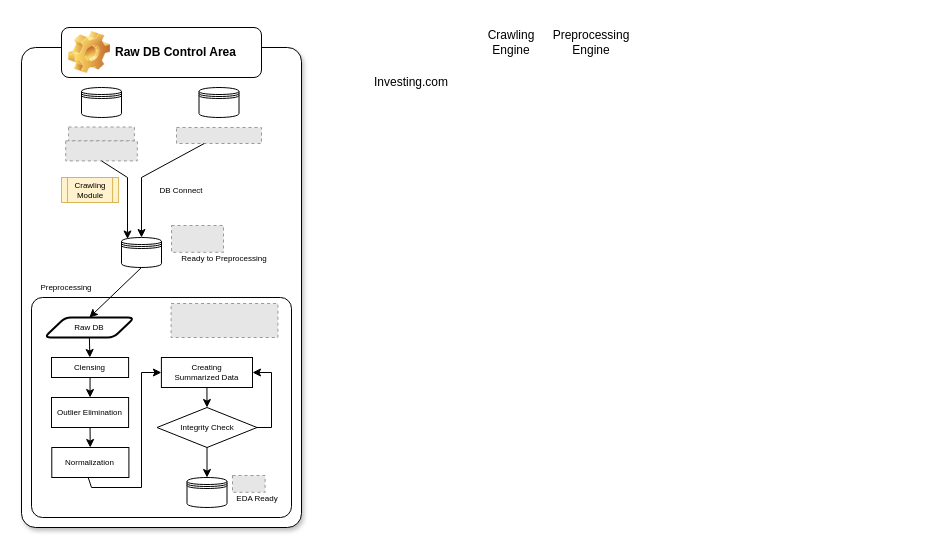
This is 제목 없는 다이어그램.drawio from goldpu/idea_sktech, a draw.io file, before an edit. Source tidied: cells renumbered, new cells numbered last; positions are measured from the earlier drawing's top-left corner, leaving out a move shared by most shapes. Both pictures are drawn from the tidied source at 100%, with x=0, y=0 at pixel (21, 27). Pictures stored in the file or linked from it are replaced by grey dashed boxes.
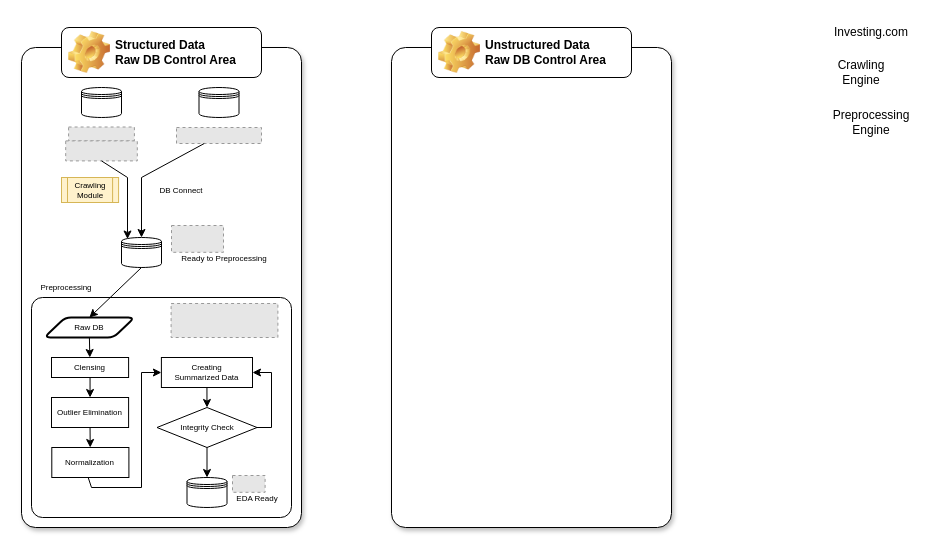
After the change.

Commit message:
정형데이터와 비정형데이터 구분

The edit, as a diff of the source:
```diff
@@
     <mxCell id="3" value="Investing.com" style="text;html=1;strokeColor=none;fillColor=none;align=center;verticalAlign=middle;whiteSpace=wrap;rounded=0;" parent="1" vertex="1">
-      <mxGeometry x="360" y="40" width="60" height="30" as="geometry" />
+      <mxGeometry x="820" y="-10" width="60" height="30" as="geometry" />
     </mxCell>
     <mxCell id="4" value="Crawling&lt;br&gt;Engine" style="text;html=1;strokeColor=none;fillColor=none;align=center;verticalAlign=middle;whiteSpace=wrap;rounded=0;" parent="1" vertex="1">
-      <mxGeometry x="460" width="60" height="30" as="geometry" />
+      <mxGeometry x="810" y="30" width="60" height="30" as="geometry" />
     </mxCell>
     <mxCell id="5" value="Preprocessing&lt;br&gt;Engine" style="text;html=1;strokeColor=none;fillColor=none;align=center;verticalAlign=middle;whiteSpace=wrap;rounded=0;" parent="1" vertex="1">
-      <mxGeometry x="540" width="60" height="30" as="geometry" />
+      <mxGeometry x="820" y="80" width="60" height="30" as="geometry" />
     </mxCell>
-    <mxCell id="6" value="Raw DB Control Area" style="label;whiteSpace=wrap;html=1;image=img/clipart/Gear_128x128.png;" parent="1" vertex="1">
+    <mxCell id="6" value="Structured Data&lt;br&gt;Raw DB Control Area" style="label;whiteSpace=wrap;html=1;image=img/clipart/Gear_128x128.png;" parent="1" vertex="1">
       <mxGeometry x="40" width="200" height="50" as="geometry" />
     </mxCell>
@@
+    <mxCell id="39" style="rounded=1;whiteSpace=wrap;html=1;shadow=1;arcSize=5;" parent="1" vertex="1">
+      <mxGeometry x="370" y="20" width="280" height="480" as="geometry" />
+    </mxCell>
+    <mxCell id="40" value="Unstructured Data&lt;br&gt;Raw DB Control Area" style="label;whiteSpace=wrap;html=1;image=img/clipart/Gear_128x128.png;" parent="1" vertex="1">
+      <mxGeometry x="410" width="200" height="50" as="geometry" />
+    </mxCell>
```
